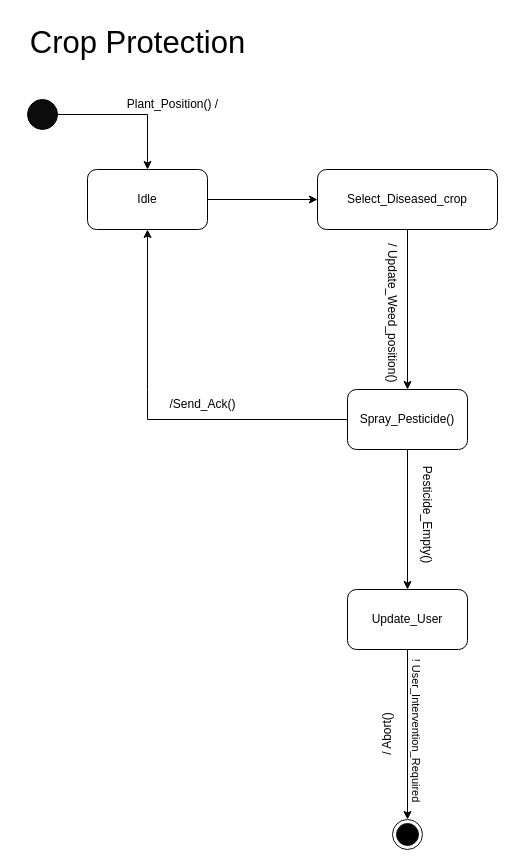
This is Final_Project_Documents/MUML_Diagrams/Crop_Protection_Role.drawio from VibhaHippargi/SVDSH_Precision_Farming, a draw.io file, before an edit. Source tidied: cells renumbered, new cells numbered last; positions are measured from the earlier drawing's top-left corner, leaving out a move shared by most shapes. Both pictures are drawn from the tidied source at 100%, with x=0, y=0 at pixel (17, 17).
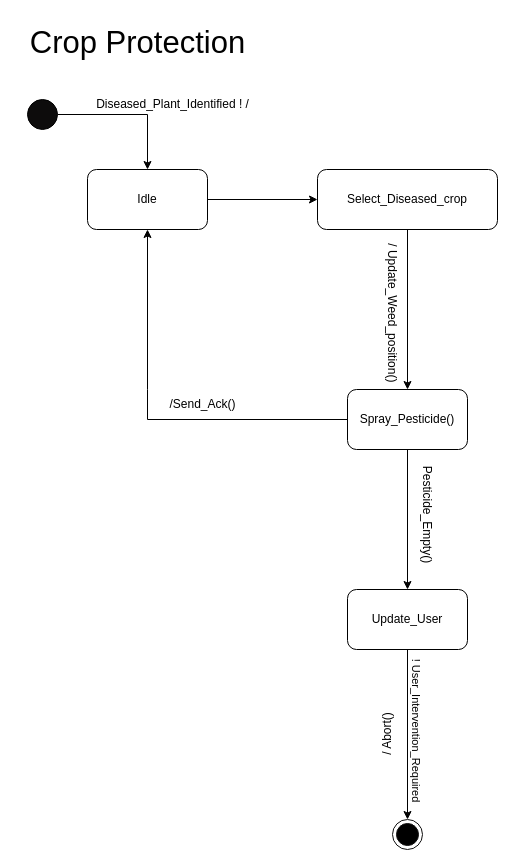
Above is the later version.

Diff of the diagram source:
```diff
@@
-    <mxCell id="5" value="Plant_Position() /" style="text;html=1;align=center;verticalAlign=middle;strokeColor=none;fillColor=none;" parent="1" vertex="1">
-      <mxGeometry x="100" y="72" width="110" height="30" as="geometry" />
+    <mxCell id="5" value="Diseased_Plant_Identified ! /" style="text;html=1;align=center;verticalAlign=middle;strokeColor=none;fillColor=none;" parent="1" vertex="1">
+      <mxGeometry x="65" y="72" width="180" height="30" as="geometry" />
     </mxCell>
```
